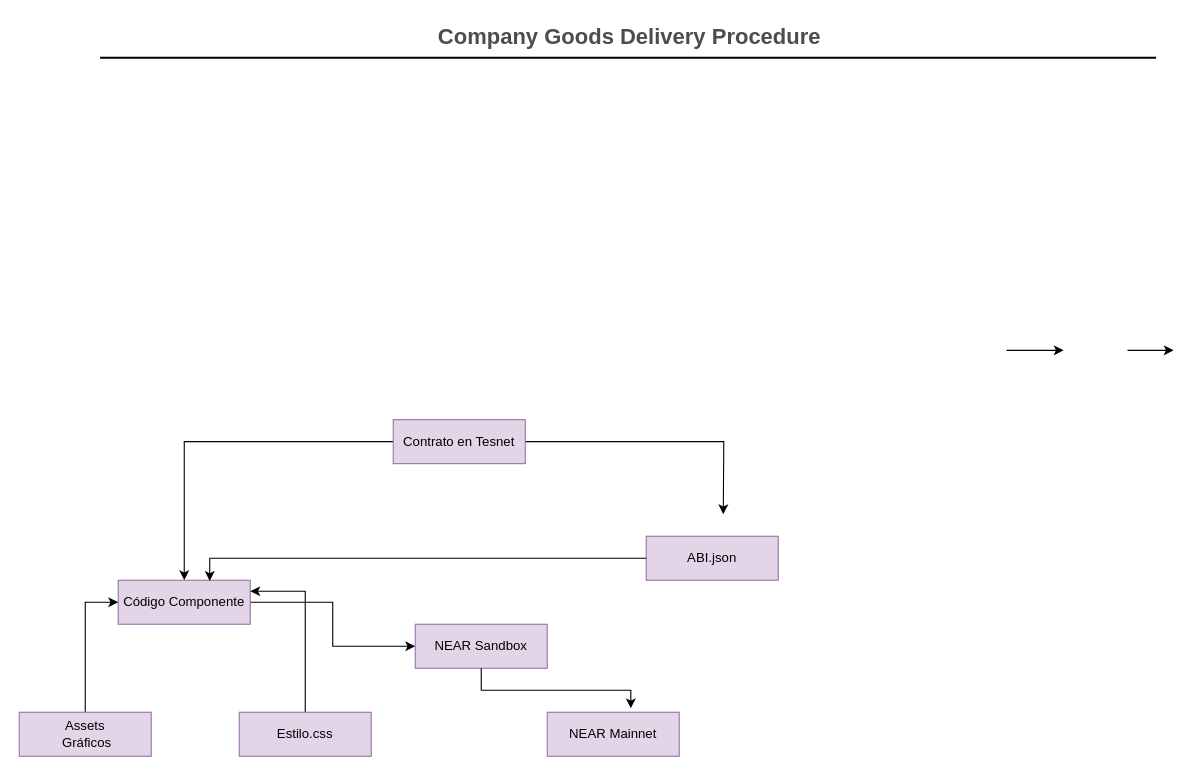
This is componente_bos.drawio from Noisk8/Componente-BOS, a draw.io file, before an edit. Source tidied: cells renumbered, new cells numbered last; positions are measured from the earlier drawing's top-left corner, leaving out a move shared by most shapes. Both pictures are drawn from the tidied source at 110%, with x=0, y=0 at pixel (19, 19).
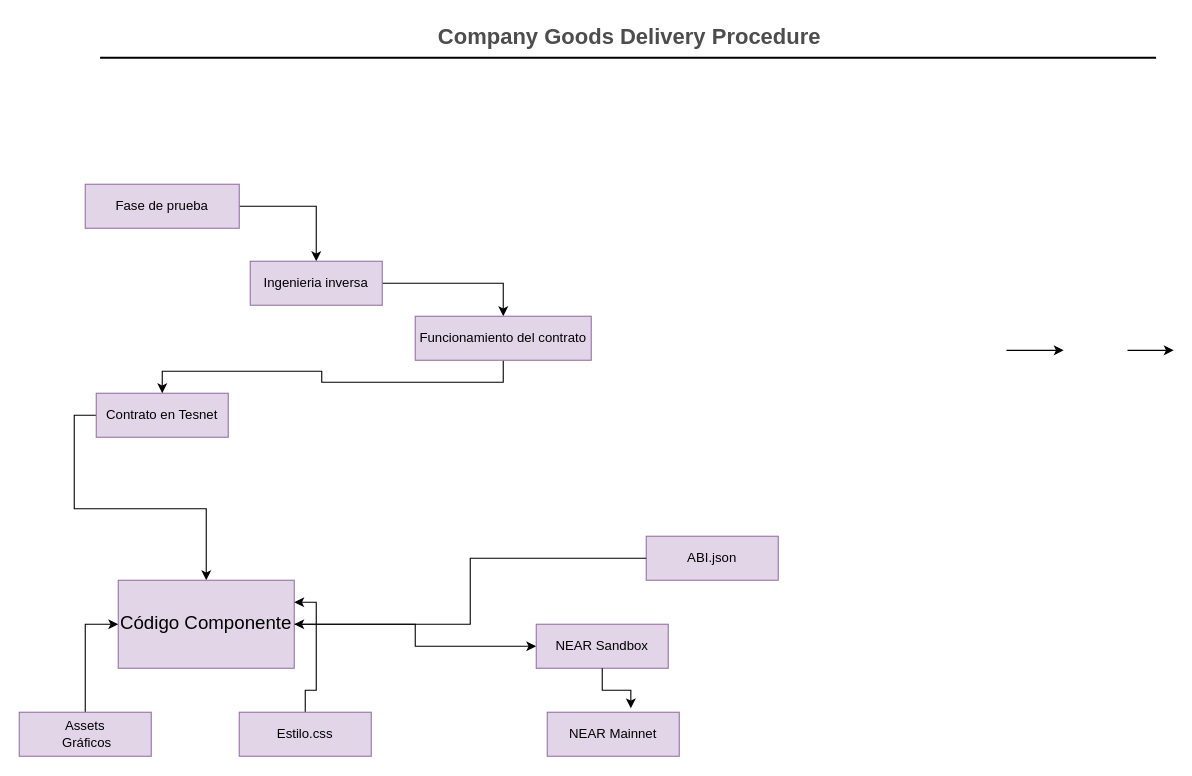
After the change.

Unchanged cells that the change refers to:
```xml
<mxCell id="13" value="ABI.json" style="whiteSpace=wrap;html=1;fillColor=#e1d5e7;strokeColor=#9673a6;" parent="1" vertex="1">
  <mxGeometry x="570" y="470" width="120" height="40" as="geometry" />
</mxCell>
```

Diff of the diagram source:
```diff
@@
-    <mxCell id="6" style="edgeStyle=orthogonalEdgeStyle;rounded=0;jettySize=auto;html=1;" parent="1" edge="1" source="8">
-      <mxGeometry relative="1" as="geometry">
-        <mxPoint x="640" y="450" as="targetPoint" />
-      </mxGeometry>
-    </mxCell>
@@
     <mxCell id="8" value="Contrato en Tesnet" style="whiteSpace=wrap;html=1;fillColor=#e1d5e7;strokeColor=#9673a6;" parent="1" vertex="1">
-      <mxGeometry x="340" y="364" width="120" height="40" as="geometry" />
+      <mxGeometry x="70" y="340" width="120" height="40" as="geometry" />
     </mxCell>
@@
-    <mxCell id="10" value="Código Componente" style="whiteSpace=wrap;html=1;fillColor=#e1d5e7;strokeColor=#9673a6;" parent="1" vertex="1">
-      <mxGeometry x="90" y="510" width="120" height="40" as="geometry" />
+    <mxCell id="10" value="&lt;font style=&quot;font-size: 17px;&quot;&gt;Código Componente&lt;/font&gt;" style="whiteSpace=wrap;html=1;fillColor=#e1d5e7;strokeColor=#9673a6;" parent="1" vertex="1">
+      <mxGeometry x="90" y="510" width="160" height="80" as="geometry" />
     </mxCell>
@@
-    <mxCell id="16" style="edgeStyle=orthogonalEdgeStyle;rounded=0;jettySize=auto;html=1;entryX=0.693;entryY=0.015;entryDx=0;entryDy=0;entryPerimeter=0;" parent="1" edge="1" source="13" target="10">
+    <mxCell id="16" style="edgeStyle=orthogonalEdgeStyle;rounded=0;jettySize=auto;html=1;" parent="1" edge="1" source="13" target="10">
       <mxGeometry relative="1" as="geometry" />
     </mxCell>
     <mxCell id="17" value="NEAR Sandbox" style="whiteSpace=wrap;html=1;fillColor=#e1d5e7;strokeColor=#9673a6;" parent="1" vertex="1">
-      <mxGeometry x="360" y="550" width="120" height="40" as="geometry" />
+      <mxGeometry x="470" y="550" width="120" height="40" as="geometry" />
     </mxCell>
@@
+    <mxCell id="20" style="edgeStyle=orthogonalEdgeStyle;rounded=0;jettySize=auto;html=1;" parent="1" edge="1" source="21" target="23">
+      <mxGeometry relative="1" as="geometry" />
+    </mxCell>
+    <mxCell id="21" value="Fase de prueba" style="whiteSpace=wrap;html=1;fillColor=#e1d5e7;strokeColor=#9673a6;" parent="1" vertex="1">
+      <mxGeometry x="60" y="150" width="140" height="40" as="geometry" />
+    </mxCell>
+    <mxCell id="22" style="edgeStyle=orthogonalEdgeStyle;rounded=0;jettySize=auto;html=1;" parent="1" edge="1" source="23" target="25">
+      <mxGeometry relative="1" as="geometry" />
+    </mxCell>
+    <mxCell id="23" value="Ingenieria inversa" style="whiteSpace=wrap;html=1;fillColor=#e1d5e7;strokeColor=#9673a6;" parent="1" vertex="1">
+      <mxGeometry x="210" y="220" width="120" height="40" as="geometry" />
+    </mxCell>
+    <mxCell id="24" style="edgeStyle=orthogonalEdgeStyle;rounded=0;jettySize=auto;html=1;exitX=0.5;exitY=1;exitDx=0;exitDy=0;entryX=0.5;entryY=0;entryDx=0;entryDy=0;" parent="1" edge="1" source="25" target="8">
+      <mxGeometry relative="1" as="geometry" />
+    </mxCell>
+    <mxCell id="25" value="Funcionamiento del contrato" style="whiteSpace=wrap;html=1;fillColor=#e1d5e7;strokeColor=#9673a6;" parent="1" vertex="1">
+      <mxGeometry x="360" y="270" width="160" height="40" as="geometry" />
+    </mxCell>
```
